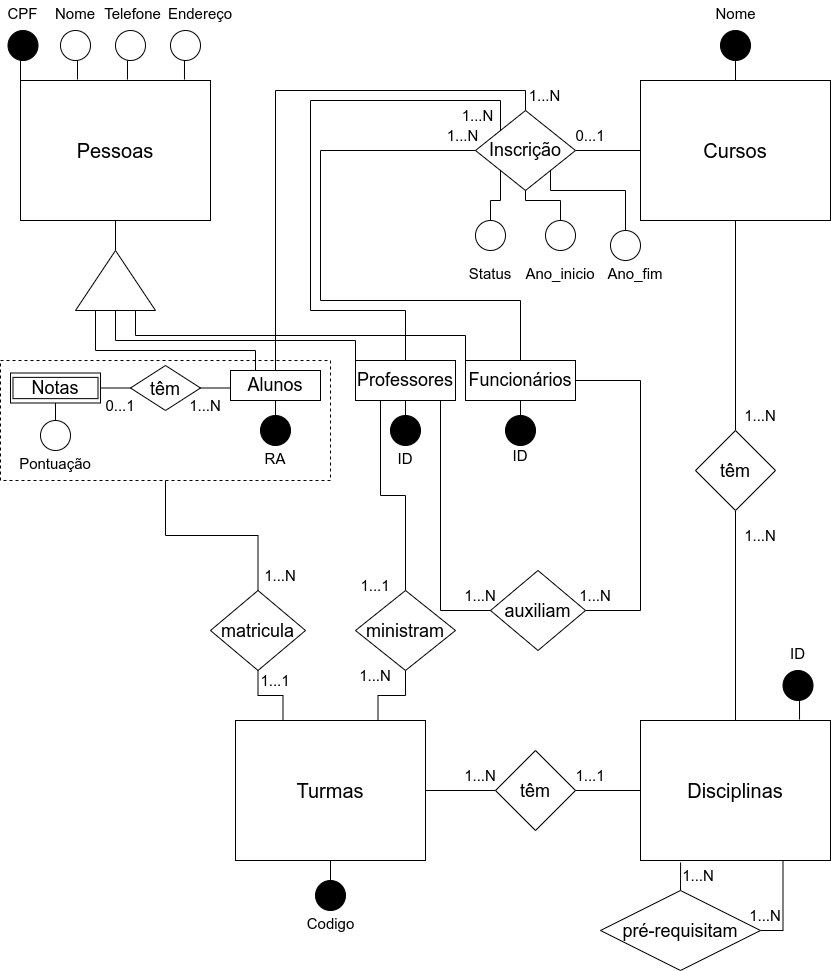
RenanGAS/Database-1 keeps this draw.io diagram as Lists/List01/Exec05/University.drawio.png. Above is the earlier version. Source tidied: cells renumbered, new cells last; positions are measured from the earlier drawing's top-left corner, leaving out a move shared by most shapes.
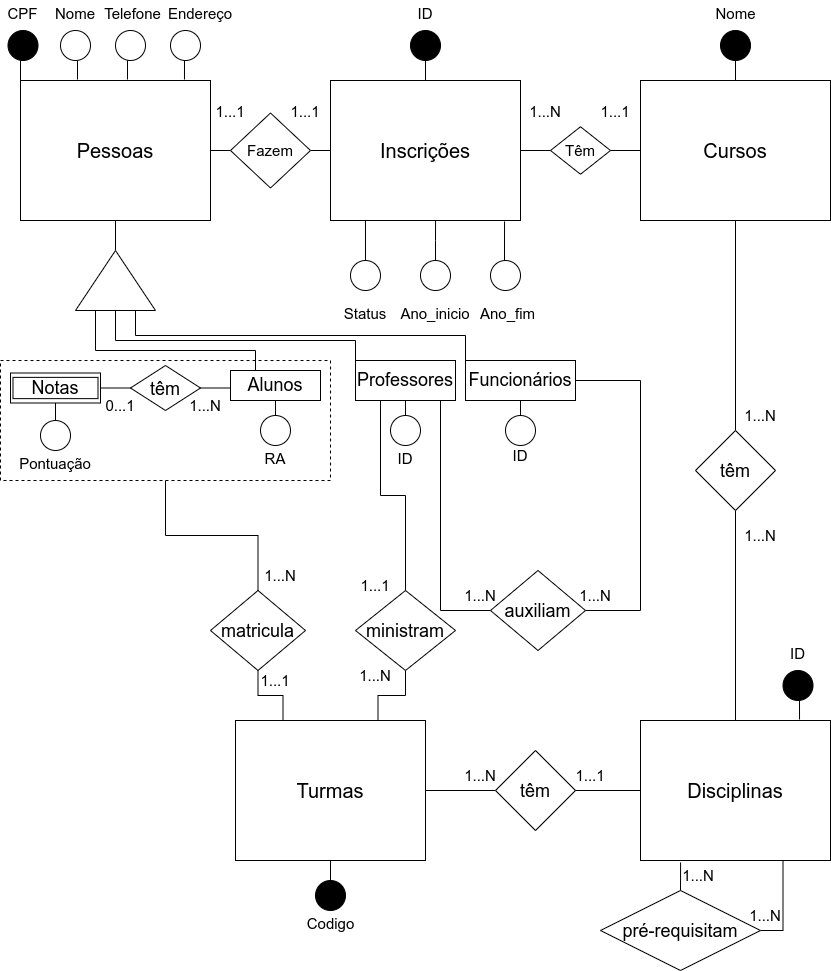
Above is the later version.

Change to the diagram source:
```diff
@@ -63,25 +63,12 @@
         </Array>
       </mxGeometry>
     </mxCell>
-    <mxCell id="19" style="edgeStyle=orthogonalEdgeStyle;rounded=0;jettySize=auto;html=1;exitX=0.5;exitY=0;exitDx=0;exitDy=0;entryX=0.5;entryY=0;entryDx=0;entryDy=0;fontSize=15;endArrow=none;endFill=0;" parent="1" edge="1" source="20" target="29">
-      <mxGeometry relative="1" as="geometry" />
-    </mxCell>
     <mxCell id="20" value="Alunos" style="rounded=0;whiteSpace=wrap;html=1;fontSize=18;" parent="1" vertex="1">
       <mxGeometry x="230" y="370" width="90" height="30" as="geometry" />
     </mxCell>
     <mxCell id="21" style="edgeStyle=orthogonalEdgeStyle;rounded=0;jettySize=auto;html=1;exitX=0.25;exitY=1;exitDx=0;exitDy=0;entryX=0.5;entryY=0;entryDx=0;entryDy=0;fontSize=15;endArrow=none;endFill=0;" parent="1" edge="1" source="23" target="44">
       <mxGeometry relative="1" as="geometry" />
     </mxCell>
-    <mxCell id="22" style="edgeStyle=orthogonalEdgeStyle;rounded=0;jettySize=auto;html=1;exitX=0.5;exitY=0;exitDx=0;exitDy=0;entryX=0;entryY=0;entryDx=0;entryDy=0;fontSize=15;endArrow=none;endFill=0;" parent="1" edge="1" source="23" target="29">
-      <mxGeometry relative="1" as="geometry">
-        <Array as="points">
-          <mxPoint x="405" y="310" />
-          <mxPoint x="310" y="310" />
-          <mxPoint x="310" y="100" />
-          <mxPoint x="500" y="100" />
-        </Array>
-      </mxGeometry>
-    </mxCell>
     <mxCell id="23" value="Professores" style="rounded=0;whiteSpace=wrap;html=1;fontSize=18;" parent="1" vertex="1">
       <mxGeometry x="355" y="360" width="100" height="40" as="geometry" />
     </mxCell>
@@ -93,58 +80,38 @@
         </Array>
       </mxGeometry>
     </mxCell>
-    <mxCell id="25" style="edgeStyle=orthogonalEdgeStyle;rounded=0;jettySize=auto;html=1;exitX=0.5;exitY=0;exitDx=0;exitDy=0;entryX=0;entryY=0.5;entryDx=0;entryDy=0;fontSize=15;endArrow=none;endFill=0;" parent="1" edge="1" source="27" target="29">
-      <mxGeometry relative="1" as="geometry">
-        <Array as="points">
-          <mxPoint x="520" y="300" />
-          <mxPoint x="320" y="300" />
-          <mxPoint x="320" y="150" />
-        </Array>
-      </mxGeometry>
-    </mxCell>
     <mxCell id="26" style="edgeStyle=orthogonalEdgeStyle;rounded=0;jettySize=auto;html=1;exitX=0.5;exitY=1;exitDx=0;exitDy=0;entryX=0.5;entryY=0;entryDx=0;entryDy=0;fontSize=15;fontColor=#FFFFFF;endArrow=none;endFill=0;" parent="1" edge="1" source="27" target="81">
       <mxGeometry relative="1" as="geometry" />
     </mxCell>
     <mxCell id="27" value="Funcionários" style="rounded=0;whiteSpace=wrap;html=1;fontSize=18;" parent="1" vertex="1">
       <mxGeometry x="465" y="360" width="110" height="40" as="geometry" />
     </mxCell>
-    <mxCell id="28" style="edgeStyle=orthogonalEdgeStyle;rounded=0;jettySize=auto;html=1;exitX=1;exitY=0.5;exitDx=0;exitDy=0;entryX=0;entryY=0.5;entryDx=0;entryDy=0;fontSize=15;endArrow=none;endFill=0;" parent="1" edge="1" source="29" target="2">
-      <mxGeometry relative="1" as="geometry" />
-    </mxCell>
-    <mxCell id="29" value="Inscrição" style="rhombus;whiteSpace=wrap;html=1;fontSize=18;" parent="1" vertex="1">
-      <mxGeometry x="475" y="110" width="100" height="80" as="geometry" />
-    </mxCell>
-    <mxCell id="30" style="edgeStyle=orthogonalEdgeStyle;rounded=0;jettySize=auto;html=1;exitX=0.5;exitY=0;exitDx=0;exitDy=0;entryX=0;entryY=1;entryDx=0;entryDy=0;fontSize=15;endArrow=none;endFill=0;" parent="1" edge="1" source="31" target="29">
-      <mxGeometry relative="1" as="geometry" />
-    </mxCell>
+    <mxCell id="103" style="edgeStyle=orthogonalEdgeStyle;rounded=0;jettySize=auto;html=1;exitX=0.5;exitY=0;exitDx=0;exitDy=0;entryX=0.184;entryY=1;entryDx=0;entryDy=0;entryPerimeter=0;fontSize=18;endArrow=none;endFill=0;" parent="1" edge="1" source="31" target="107">
+      <mxGeometry relative="1" as="geometry" />
+    </mxCell>
     <mxCell id="31" style="ellipse;whiteSpace=wrap;html=1;fontSize=18;direction=east;flipH=0;flipV=1;" parent="1" vertex="1">
-      <mxGeometry x="475" y="220" width="30" height="30" as="geometry" />
+      <mxGeometry x="350" y="260" width="30" height="30" as="geometry" />
     </mxCell>
     <mxCell id="32" value="&lt;font style=&quot;font-size: 15px&quot;&gt;Status&lt;/font&gt;" style="text;html=1;strokeColor=none;fillColor=none;align=center;verticalAlign=middle;whiteSpace=wrap;rounded=0;fontSize=18;direction=east;flipH=0;flipV=1;" parent="1" vertex="1">
-      <mxGeometry x="465" y="260" width="50" height="25" as="geometry" />
+      <mxGeometry x="340" y="300" width="50" height="25" as="geometry" />
     </mxCell>
-    <mxCell id="33" style="edgeStyle=orthogonalEdgeStyle;rounded=0;jettySize=auto;html=1;exitX=0.5;exitY=0;exitDx=0;exitDy=0;entryX=0.5;entryY=1;entryDx=0;entryDy=0;fontSize=15;endArrow=none;endFill=0;" parent="1" edge="1" source="34" target="29">
-      <mxGeometry relative="1" as="geometry" />
-    </mxCell>
+    <mxCell id="104" style="edgeStyle=orthogonalEdgeStyle;rounded=0;jettySize=auto;html=1;exitX=0.5;exitY=0;exitDx=0;exitDy=0;entryX=0.553;entryY=1;entryDx=0;entryDy=0;entryPerimeter=0;fontSize=18;endArrow=none;endFill=0;" parent="1" edge="1" source="34" target="107">
+      <mxGeometry relative="1" as="geometry" />
+    </mxCell>
     <mxCell id="34" style="ellipse;whiteSpace=wrap;html=1;fontSize=18;direction=east;flipH=0;flipV=1;" parent="1" vertex="1">
-      <mxGeometry x="545" y="220" width="30" height="30" as="geometry" />
+      <mxGeometry x="420" y="260" width="30" height="30" as="geometry" />
     </mxCell>
     <mxCell id="35" value="&lt;font style=&quot;font-size: 15px&quot;&gt;Ano_inicio&lt;/font&gt;" style="text;html=1;strokeColor=none;fillColor=none;align=center;verticalAlign=middle;whiteSpace=wrap;rounded=0;fontSize=18;direction=east;flipH=0;flipV=1;" parent="1" vertex="1">
-      <mxGeometry x="535" y="260" width="50" height="25" as="geometry" />
+      <mxGeometry x="410" y="300" width="50" height="25" as="geometry" />
     </mxCell>
-    <mxCell id="36" style="edgeStyle=orthogonalEdgeStyle;rounded=0;jettySize=auto;html=1;exitX=0.5;exitY=0;exitDx=0;exitDy=0;entryX=1;entryY=1;entryDx=0;entryDy=0;fontSize=15;endArrow=none;endFill=0;" parent="1" edge="1" source="37" target="29">
-      <mxGeometry relative="1" as="geometry">
-        <Array as="points">
-          <mxPoint x="625" y="190" />
-          <mxPoint x="550" y="190" />
-        </Array>
-      </mxGeometry>
-    </mxCell>
+    <mxCell id="105" style="edgeStyle=orthogonalEdgeStyle;rounded=0;jettySize=auto;html=1;exitX=0.5;exitY=0;exitDx=0;exitDy=0;entryX=0.916;entryY=1.007;entryDx=0;entryDy=0;entryPerimeter=0;fontSize=18;endArrow=none;endFill=0;" parent="1" edge="1" source="37" target="107">
+      <mxGeometry relative="1" as="geometry" />
+    </mxCell>
     <mxCell id="37" style="ellipse;whiteSpace=wrap;html=1;fontSize=18;direction=east;flipH=0;flipV=1;" parent="1" vertex="1">
-      <mxGeometry x="610" y="230" width="30" height="30" as="geometry" />
+      <mxGeometry x="490" y="260" width="30" height="30" as="geometry" />
     </mxCell>
     <mxCell id="38" value="&lt;span style=&quot;font-size: 15px&quot;&gt;Ano_fim&lt;/span&gt;" style="text;html=1;strokeColor=none;fillColor=none;align=center;verticalAlign=middle;whiteSpace=wrap;rounded=0;fontSize=18;direction=east;flipH=0;flipV=1;" parent="1" vertex="1">
-      <mxGeometry x="610" y="260" width="50" height="25" as="geometry" />
+      <mxGeometry x="480" y="302.5" width="55" height="20" as="geometry" />
     </mxCell>
     <mxCell id="39" style="edgeStyle=orthogonalEdgeStyle;rounded=0;jettySize=auto;html=1;exitX=0.5;exitY=1;exitDx=0;exitDy=0;entryX=0.25;entryY=0;entryDx=0;entryDy=0;fontSize=15;endArrow=none;endFill=0;" parent="1" edge="1" source="40" target="7">
       <mxGeometry relative="1" as="geometry" />
@@ -205,7 +172,7 @@
     <mxCell id="56" style="edgeStyle=orthogonalEdgeStyle;rounded=0;jettySize=auto;html=1;exitX=0.5;exitY=0;exitDx=0;exitDy=0;entryX=0.5;entryY=1;entryDx=0;entryDy=0;fontSize=15;endArrow=none;endFill=0;" parent="1" edge="1" source="57" target="20">
       <mxGeometry relative="1" as="geometry" />
     </mxCell>
-    <mxCell id="57" style="ellipse;whiteSpace=wrap;html=1;fontSize=18;direction=east;flipH=0;flipV=1;fillColor=#000000;" parent="1" vertex="1">
+    <mxCell id="57" style="ellipse;whiteSpace=wrap;html=1;fontSize=18;direction=east;flipH=0;flipV=1;fillColor=#FFFFFF;" parent="1" vertex="1">
       <mxGeometry x="260" y="415" width="30" height="30" as="geometry" />
     </mxCell>
     <mxCell id="58" value="&lt;font style=&quot;font-size: 15px&quot;&gt;RA&lt;/font&gt;" style="text;html=1;strokeColor=none;fillColor=none;align=center;verticalAlign=middle;whiteSpace=wrap;rounded=0;fontSize=18;direction=east;flipH=0;flipV=1;" parent="1" vertex="1">
@@ -271,13 +238,13 @@
     <mxCell id="78" style="edgeStyle=orthogonalEdgeStyle;rounded=0;jettySize=auto;html=1;exitX=0.5;exitY=0;exitDx=0;exitDy=0;entryX=0.5;entryY=1;entryDx=0;entryDy=0;fontSize=15;fontColor=#FFFFFF;endArrow=none;endFill=0;" parent="1" edge="1" source="79" target="23">
       <mxGeometry relative="1" as="geometry" />
     </mxCell>
-    <mxCell id="79" style="ellipse;whiteSpace=wrap;html=1;fontSize=18;direction=east;flipH=0;flipV=1;fillColor=#000000;" parent="1" vertex="1">
+    <mxCell id="79" style="ellipse;whiteSpace=wrap;html=1;fontSize=18;direction=east;flipH=0;flipV=1;fillColor=#FFFFFF;" parent="1" vertex="1">
       <mxGeometry x="390" y="415" width="30" height="30" as="geometry" />
     </mxCell>
     <mxCell id="80" value="&lt;font style=&quot;font-size: 15px&quot;&gt;ID&lt;/font&gt;" style="text;html=1;strokeColor=none;fillColor=none;align=center;verticalAlign=middle;whiteSpace=wrap;rounded=0;fontSize=18;direction=east;flipH=0;flipV=1;" parent="1" vertex="1">
       <mxGeometry x="390" y="445" width="30" height="25" as="geometry" />
     </mxCell>
-    <mxCell id="81" style="ellipse;whiteSpace=wrap;html=1;fontSize=18;direction=east;flipH=0;flipV=1;fillColor=#000000;" parent="1" vertex="1">
+    <mxCell id="81" style="ellipse;whiteSpace=wrap;html=1;fontSize=18;direction=east;flipH=0;flipV=1;fillColor=#FFFFFF;" parent="1" vertex="1">
       <mxGeometry x="505" y="415" width="30" height="30" as="geometry" />
     </mxCell>
     <mxCell id="82" value="&lt;font style=&quot;font-size: 15px&quot;&gt;ID&lt;/font&gt;" style="text;html=1;strokeColor=none;fillColor=none;align=center;verticalAlign=middle;whiteSpace=wrap;rounded=0;fontSize=18;direction=east;flipH=0;flipV=1;" parent="1" vertex="1">
@@ -289,18 +256,6 @@
     <mxCell id="84" value="&lt;font style=&quot;font-size: 15px&quot;&gt;Codigo&lt;/font&gt;" style="text;html=1;strokeColor=none;fillColor=none;align=center;verticalAlign=middle;whiteSpace=wrap;rounded=0;fontSize=18;direction=east;flipH=0;flipV=1;" parent="1" vertex="1">
       <mxGeometry x="307.5" y="910" width="45" height="25" as="geometry" />
     </mxCell>
-    <mxCell id="85" value="&lt;font color=&quot;#000000&quot;&gt;1...N&lt;/font&gt;" style="text;html=1;strokeColor=none;fillColor=none;align=center;verticalAlign=middle;whiteSpace=wrap;rounded=0;labelBackgroundColor=none;fontSize=15;fontColor=#FFFFFF;" parent="1" vertex="1">
-      <mxGeometry x="450" y="120" width="25" height="30" as="geometry" />
-    </mxCell>
-    <mxCell id="86" value="&lt;font color=&quot;#000000&quot;&gt;1...N&lt;/font&gt;" style="text;html=1;strokeColor=none;fillColor=none;align=center;verticalAlign=middle;whiteSpace=wrap;rounded=0;labelBackgroundColor=none;fontSize=15;fontColor=#FFFFFF;" parent="1" vertex="1">
-      <mxGeometry x="460" y="100" width="35" height="30" as="geometry" />
-    </mxCell>
-    <mxCell id="87" value="&lt;font color=&quot;#000000&quot;&gt;1...N&lt;/font&gt;" style="text;html=1;strokeColor=none;fillColor=none;align=center;verticalAlign=middle;whiteSpace=wrap;rounded=0;labelBackgroundColor=none;fontSize=15;fontColor=#FFFFFF;" parent="1" vertex="1">
-      <mxGeometry x="527.5" y="80" width="32.5" height="30" as="geometry" />
-    </mxCell>
-    <mxCell id="88" value="&lt;font color=&quot;#000000&quot;&gt;0...1&lt;/font&gt;" style="text;html=1;strokeColor=none;fillColor=none;align=center;verticalAlign=middle;whiteSpace=wrap;rounded=0;labelBackgroundColor=none;fontSize=15;fontColor=#FFFFFF;" parent="1" vertex="1">
-      <mxGeometry x="580" y="120" width="20" height="30" as="geometry" />
-    </mxCell>
     <mxCell id="89" value="&lt;font color=&quot;#000000&quot;&gt;1...N&lt;/font&gt;" style="text;html=1;strokeColor=none;fillColor=none;align=center;verticalAlign=middle;whiteSpace=wrap;rounded=0;labelBackgroundColor=none;fontSize=15;fontColor=#FFFFFF;" parent="1" vertex="1">
       <mxGeometry x="750" y="400" width="20" height="30" as="geometry" />
     </mxCell>
@@ -343,5 +298,47 @@
     <mxCell id="102" value="&lt;font color=&quot;#000000&quot;&gt;1...N&lt;/font&gt;" style="text;html=1;strokeColor=none;fillColor=none;align=center;verticalAlign=middle;whiteSpace=wrap;rounded=0;labelBackgroundColor=none;fontSize=15;fontColor=#FFFFFF;" parent="1" vertex="1">
       <mxGeometry x="190" y="390" width="30" height="30" as="geometry" />
     </mxCell>
+    <mxCell id="106" style="edgeStyle=orthogonalEdgeStyle;rounded=0;jettySize=auto;html=1;exitX=1;exitY=0.5;exitDx=0;exitDy=0;entryX=0;entryY=0.5;entryDx=0;entryDy=0;fontSize=15;endArrow=none;endFill=0;" parent="1" edge="1" source="107" target="115">
+      <mxGeometry relative="1" as="geometry" />
+    </mxCell>
+    <mxCell id="107" value="&lt;span style=&quot;font-size: 20px&quot;&gt;Inscrições&lt;/span&gt;" style="rounded=0;whiteSpace=wrap;html=1;" parent="1" vertex="1">
+      <mxGeometry x="330" y="80" width="190" height="140" as="geometry" />
+    </mxCell>
+    <mxCell id="108" value="&lt;font style=&quot;font-size: 15px&quot;&gt;ID&lt;/font&gt;" style="text;html=1;strokeColor=none;fillColor=none;align=center;verticalAlign=middle;whiteSpace=wrap;rounded=0;labelBackgroundColor=#FFFFFF;fontSize=18;" parent="1" vertex="1">
+      <mxGeometry x="415" y="2.5" width="20" height="20" as="geometry" />
+    </mxCell>
+    <mxCell id="109" style="edgeStyle=orthogonalEdgeStyle;rounded=0;jettySize=auto;html=1;exitX=0.5;exitY=1;exitDx=0;exitDy=0;entryX=0.5;entryY=0;entryDx=0;entryDy=0;fontSize=15;endArrow=none;endFill=0;" parent="1" edge="1" source="110" target="107">
+      <mxGeometry relative="1" as="geometry" />
+    </mxCell>
+    <mxCell id="110" style="ellipse;whiteSpace=wrap;html=1;fontSize=18;direction=east;flipH=0;flipV=1;labelBackgroundColor=#000000;fillColor=#000000;" parent="1" vertex="1">
+      <mxGeometry x="410" y="30" width="30" height="30" as="geometry" />
+    </mxCell>
+    <mxCell id="111" style="edgeStyle=orthogonalEdgeStyle;rounded=0;jettySize=auto;html=1;exitX=0;exitY=0.5;exitDx=0;exitDy=0;entryX=1;entryY=0.5;entryDx=0;entryDy=0;fontSize=15;endArrow=none;endFill=0;" parent="1" edge="1" source="113" target="4">
+      <mxGeometry relative="1" as="geometry" />
+    </mxCell>
+    <mxCell id="112" style="edgeStyle=orthogonalEdgeStyle;rounded=0;jettySize=auto;html=1;exitX=1;exitY=0.5;exitDx=0;exitDy=0;entryX=0;entryY=0.5;entryDx=0;entryDy=0;fontSize=15;endArrow=none;endFill=0;" parent="1" edge="1" source="113" target="107">
+      <mxGeometry relative="1" as="geometry" />
+    </mxCell>
+    <mxCell id="113" value="Fazem" style="rhombus;whiteSpace=wrap;html=1;labelBackgroundColor=#FFFFFF;fontSize=15;fillColor=#FFFFFF;" parent="1" vertex="1">
+      <mxGeometry x="230" y="112.5" width="80" height="75" as="geometry" />
+    </mxCell>
+    <mxCell id="114" style="edgeStyle=orthogonalEdgeStyle;rounded=0;jettySize=auto;html=1;exitX=1;exitY=0.5;exitDx=0;exitDy=0;entryX=0;entryY=0.5;entryDx=0;entryDy=0;fontSize=15;endArrow=none;endFill=0;" parent="1" edge="1" source="115" target="2">
+      <mxGeometry relative="1" as="geometry" />
+    </mxCell>
+    <mxCell id="115" value="Têm" style="rhombus;whiteSpace=wrap;html=1;labelBackgroundColor=#FFFFFF;fontSize=15;fillColor=#FFFFFF;" parent="1" vertex="1">
+      <mxGeometry x="550" y="126.2" width="60" height="47.5" as="geometry" />
+    </mxCell>
+    <mxCell id="116" value="&lt;font color=&quot;#000000&quot;&gt;1...1&lt;/font&gt;" style="text;html=1;strokeColor=none;fillColor=none;align=center;verticalAlign=middle;whiteSpace=wrap;rounded=0;labelBackgroundColor=none;fontSize=15;fontColor=#FFFFFF;" parent="1" vertex="1">
+      <mxGeometry x="220" y="96.2" width="20" height="30" as="geometry" />
+    </mxCell>
+    <mxCell id="117" value="&lt;font color=&quot;#000000&quot;&gt;1...1&lt;/font&gt;" style="text;html=1;strokeColor=none;fillColor=none;align=center;verticalAlign=middle;whiteSpace=wrap;rounded=0;labelBackgroundColor=none;fontSize=15;fontColor=#FFFFFF;" parent="1" vertex="1">
+      <mxGeometry x="295" y="96.2" width="20" height="30" as="geometry" />
+    </mxCell>
+    <mxCell id="118" value="&lt;font color=&quot;#000000&quot;&gt;1...N&lt;/font&gt;" style="text;html=1;strokeColor=none;fillColor=none;align=center;verticalAlign=middle;whiteSpace=wrap;rounded=0;labelBackgroundColor=none;fontSize=15;fontColor=#FFFFFF;" parent="1" vertex="1">
+      <mxGeometry x="535" y="96.2" width="20" height="30" as="geometry" />
+    </mxCell>
+    <mxCell id="119" value="&lt;font color=&quot;#000000&quot;&gt;1...1&lt;/font&gt;" style="text;html=1;strokeColor=none;fillColor=none;align=center;verticalAlign=middle;whiteSpace=wrap;rounded=0;labelBackgroundColor=none;fontSize=15;fontColor=#FFFFFF;" parent="1" vertex="1">
+      <mxGeometry x="605" y="96.2" width="20" height="30" as="geometry" />
+    </mxCell>
   </root>
 </mxGraphModel>
```
